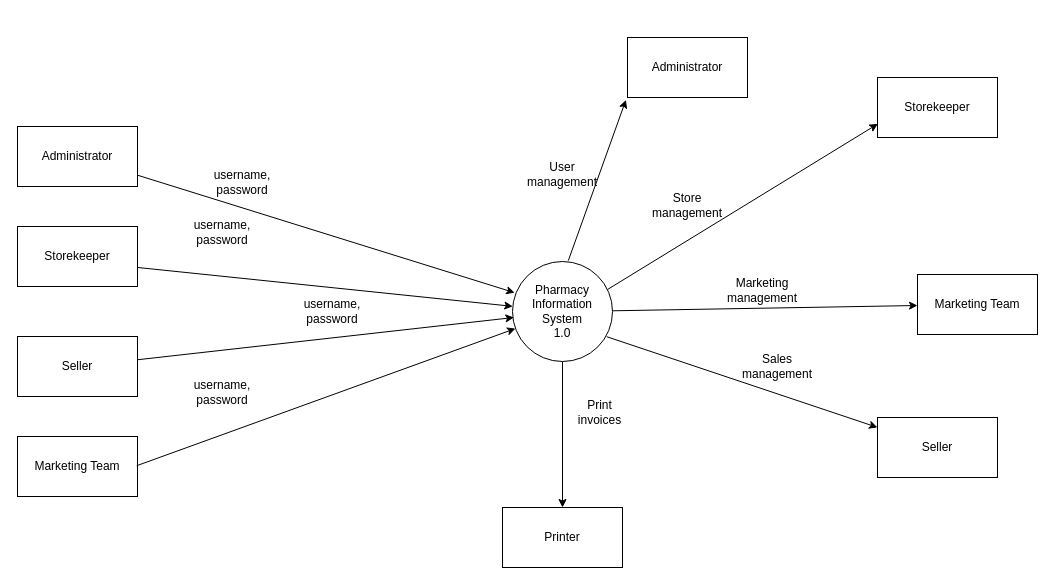
Above: Docs/Charts/Developer Panagiotis/DFD/DFD (lvl_0).drawio in Konstantinos-Papanagnou/Project-Management (draw.io), before the change. Source tidied: cells renumbered, new cells numbered last; positions are measured from the earlier drawing's top-left corner, leaving out a move shared by most shapes. Both pictures are drawn from the tidied source at 100%, with x=0, y=0 at pixel (17, 37).
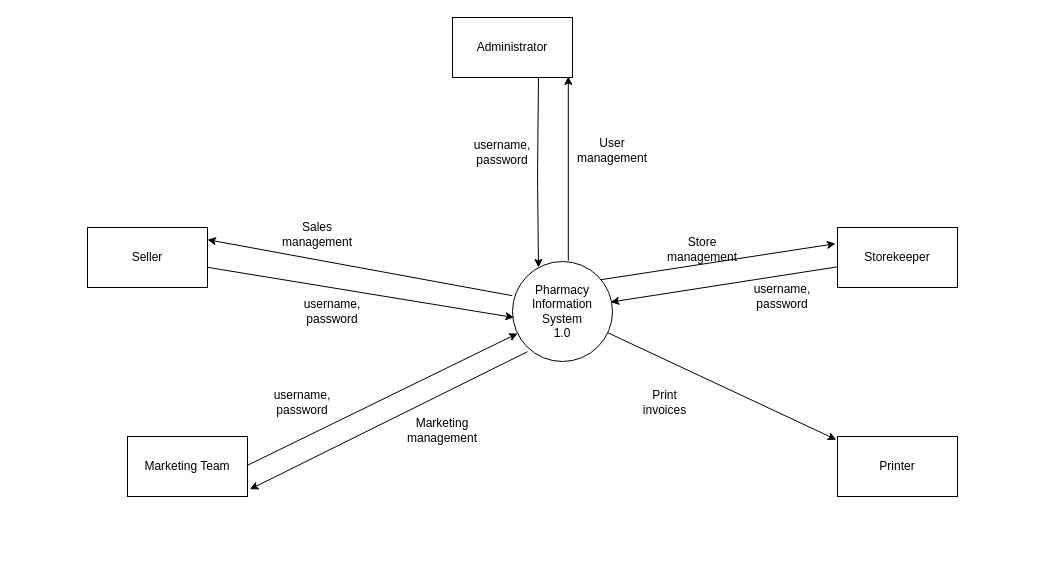
The same page after the edit.

The change refers to these unchanged cells:
```xml
<mxCell id="2" value="Pharmacy Information System&lt;br&gt;1.0" style="ellipse;whiteSpace=wrap;html=1;" parent="1" vertex="1">
  <mxGeometry x="495" y="224" width="100" height="100" as="geometry" />
</mxCell>
```

Change to the diagram source:
```diff
@@
     <mxCell id="3" value="Administrator" style="rounded=0;whiteSpace=wrap;html=1;" parent="1" vertex="1">
-      <mxGeometry y="89" width="120" height="60" as="geometry" />
+      <mxGeometry x="435" y="-20" width="120" height="60" as="geometry" />
     </mxCell>
     <mxCell id="4" value="Storekeeper" style="rounded=0;whiteSpace=wrap;html=1;" parent="1" vertex="1">
-      <mxGeometry y="189" width="120" height="60" as="geometry" />
+      <mxGeometry x="820" y="190" width="120" height="60" as="geometry" />
     </mxCell>
     <mxCell id="5" value="Seller" style="rounded=0;whiteSpace=wrap;html=1;" parent="1" vertex="1">
-      <mxGeometry y="299" width="120" height="60" as="geometry" />
+      <mxGeometry x="70" y="190" width="120" height="60" as="geometry" />
     </mxCell>
     <mxCell id="6" value="Marketing Team" style="rounded=0;whiteSpace=wrap;html=1;" parent="1" vertex="1">
-      <mxGeometry y="399" width="120" height="60" as="geometry" />
+      <mxGeometry x="110" y="399" width="120" height="60" as="geometry" />
     </mxCell>
-    <mxCell id="7" style="endArrow=classic;html=1;entryX=0.022;entryY=0.312;entryDx=0;entryDy=0;entryPerimeter=0;" parent="1" edge="1" source="3" target="2">
-      <mxGeometry relative="1" as="geometry" />
+    <mxCell id="7" style="endArrow=classic;html=1;" parent="1" edge="1">
+      <mxGeometry relative="1" as="geometry">
+        <mxPoint x="521" y="40" as="sourcePoint" />
+        <mxPoint x="521" y="230" as="targetPoint" />
+        <Array as="points">
+          <mxPoint x="520" y="140" />
+        </Array>
+      </mxGeometry>
     </mxCell>
     <mxCell id="8" value="username,&lt;br&gt;password" style="text;html=1;strokeColor=none;fillColor=none;align=center;verticalAlign=middle;whiteSpace=wrap;rounded=0;" parent="1" vertex="1">
-      <mxGeometry x="180" y="130" width="90" height="30" as="geometry" />
+      <mxGeometry x="440" y="100" width="90" height="30" as="geometry" />
     </mxCell>
@@
     <mxCell id="12" value="username,&lt;br&gt;password" style="text;html=1;strokeColor=none;fillColor=none;align=center;verticalAlign=middle;whiteSpace=wrap;rounded=0;" parent="1" vertex="1">
-      <mxGeometry x="160" y="340" width="90" height="30" as="geometry" />
+      <mxGeometry x="240" y="349.5" width="90" height="30" as="geometry" />
     </mxCell>
-    <mxCell id="13" style="endArrow=classic;html=1;exitX=1;exitY=0.683;exitDx=0;exitDy=0;exitPerimeter=0;" parent="1" edge="1" source="4" target="2">
+    <mxCell id="13" style="endArrow=classic;html=1;entryX=0.982;entryY=0.406;entryDx=0;entryDy=0;entryPerimeter=0;" parent="1" edge="1" source="4" target="2">
       <mxGeometry relative="1" as="geometry" />
     </mxCell>
     <mxCell id="14" value="username,&lt;br&gt;password" style="text;html=1;strokeColor=none;fillColor=none;align=center;verticalAlign=middle;whiteSpace=wrap;rounded=0;" parent="1" vertex="1">
-      <mxGeometry x="160" y="180" width="90" height="30" as="geometry" />
+      <mxGeometry x="720" y="244" width="90" height="30" as="geometry" />
     </mxCell>
-    <mxCell id="15" value="Administrator" style="rounded=0;whiteSpace=wrap;html=1;" parent="1" vertex="1">
-      <mxGeometry x="610" width="120" height="60" as="geometry" />
-    </mxCell>
-    <mxCell id="16" value="Storekeeper" style="rounded=0;whiteSpace=wrap;html=1;" parent="1" vertex="1">
-      <mxGeometry x="860" y="40" width="120" height="60" as="geometry" />
-    </mxCell>
-    <mxCell id="17" value="Seller" style="rounded=0;whiteSpace=wrap;html=1;" parent="1" vertex="1">
-      <mxGeometry x="860" y="380" width="120" height="60" as="geometry" />
-    </mxCell>
-    <mxCell id="18" value="Marketing Team" style="rounded=0;whiteSpace=wrap;html=1;" parent="1" vertex="1">
-      <mxGeometry x="900" y="237" width="120" height="60" as="geometry" />
-    </mxCell>
-    <mxCell id="19" style="endArrow=classic;html=1;exitX=0.558;exitY=-0.008;exitDx=0;exitDy=0;exitPerimeter=0;entryX=-0.013;entryY=1.04;entryDx=0;entryDy=0;entryPerimeter=0;" parent="1" edge="1" source="2" target="15">
+    <mxCell id="19" style="endArrow=classic;html=1;exitX=0.558;exitY=-0.008;exitDx=0;exitDy=0;exitPerimeter=0;entryX=0.965;entryY=0.983;entryDx=0;entryDy=0;entryPerimeter=0;" parent="1" edge="1" source="2" target="3">
       <mxGeometry relative="1" as="geometry" />
     </mxCell>
     <mxCell id="20" value="User management" style="text;html=1;strokeColor=none;fillColor=none;align=center;verticalAlign=middle;whiteSpace=wrap;rounded=0;" parent="1" vertex="1">
-      <mxGeometry x="520" y="124" width="50" height="25" as="geometry" />
+      <mxGeometry x="570" y="100" width="50" height="25" as="geometry" />
     </mxCell>
-    <mxCell id="21" style="endArrow=classic;html=1;exitX=0.95;exitY=0.28;exitDx=0;exitDy=0;exitPerimeter=0;entryX=0.003;entryY=0.773;entryDx=0;entryDy=0;entryPerimeter=0;" parent="1" edge="1" source="2" target="16">
+    <mxCell id="21" style="endArrow=classic;html=1;exitX=0.886;exitY=0.182;exitDx=0;exitDy=0;exitPerimeter=0;entryX=-0.017;entryY=0.27;entryDx=0;entryDy=0;entryPerimeter=0;" parent="1" edge="1" source="2" target="4">
       <mxGeometry relative="1" as="geometry" />
     </mxCell>
     <mxCell id="22" value="Store management" style="text;html=1;strokeColor=none;fillColor=none;align=center;verticalAlign=middle;whiteSpace=wrap;rounded=0;" parent="1" vertex="1">
-      <mxGeometry x="645" y="155" width="50" height="25" as="geometry" />
+      <mxGeometry x="660" y="199" width="50" height="25" as="geometry" />
     </mxCell>
-    <mxCell id="23" style="endArrow=classic;html=1;exitX=0.942;exitY=0.752;exitDx=0;exitDy=0;exitPerimeter=0;" parent="1" edge="1" source="2" target="17">
+    <mxCell id="23" style="endArrow=classic;html=1;exitX=-0.002;exitY=0.342;exitDx=0;exitDy=0;exitPerimeter=0;entryX=1;entryY=0.203;entryDx=0;entryDy=0;entryPerimeter=0;" parent="1" edge="1" source="2" target="5">
       <mxGeometry relative="1" as="geometry" />
     </mxCell>
     <mxCell id="24" value="Sales&lt;br&gt;management" style="text;html=1;strokeColor=none;fillColor=none;align=center;verticalAlign=middle;whiteSpace=wrap;rounded=0;" parent="1" vertex="1">
-      <mxGeometry x="720" y="312" width="80" height="34" as="geometry" />
+      <mxGeometry x="260" y="180" width="80" height="34" as="geometry" />
     </mxCell>
-    <mxCell id="25" style="endArrow=classic;html=1;" parent="1" edge="1" source="2" target="18">
+    <mxCell id="25" style="endArrow=classic;html=1;entryX=1.02;entryY=0.88;entryDx=0;entryDy=0;entryPerimeter=0;exitX=0.15;exitY=0.902;exitDx=0;exitDy=0;exitPerimeter=0;" parent="1" edge="1" source="2" target="6">
       <mxGeometry relative="1" as="geometry" />
     </mxCell>
     <mxCell id="26" value="Marketing management" style="text;html=1;strokeColor=none;fillColor=none;align=center;verticalAlign=middle;whiteSpace=wrap;rounded=0;" parent="1" vertex="1">
-      <mxGeometry x="720" y="240" width="50" height="25" as="geometry" />
+      <mxGeometry x="400" y="380" width="50" height="25" as="geometry" />
     </mxCell>
     <mxCell id="27" value="Printer" style="rounded=0;whiteSpace=wrap;html=1;" parent="1" vertex="1">
-      <mxGeometry x="485" y="470" width="120" height="60" as="geometry" />
+      <mxGeometry x="820" y="399" width="120" height="60" as="geometry" />
     </mxCell>
-    <mxCell id="28" style="endArrow=classic;html=1;" parent="1" edge="1" source="2" target="27">
+    <mxCell id="28" style="endArrow=classic;html=1;entryX=-0.01;entryY=0.053;entryDx=0;entryDy=0;entryPerimeter=0;" parent="1" edge="1" source="2" target="27">
       <mxGeometry relative="1" as="geometry" />
     </mxCell>
     <mxCell id="29" value="Print invoices" style="text;html=1;strokeColor=none;fillColor=none;align=center;verticalAlign=middle;whiteSpace=wrap;rounded=0;" parent="1" vertex="1">
-      <mxGeometry x="555" y="359" width="55" height="31" as="geometry" />
+      <mxGeometry x="620" y="349" width="55" height="31" as="geometry" />
     </mxCell>
```
